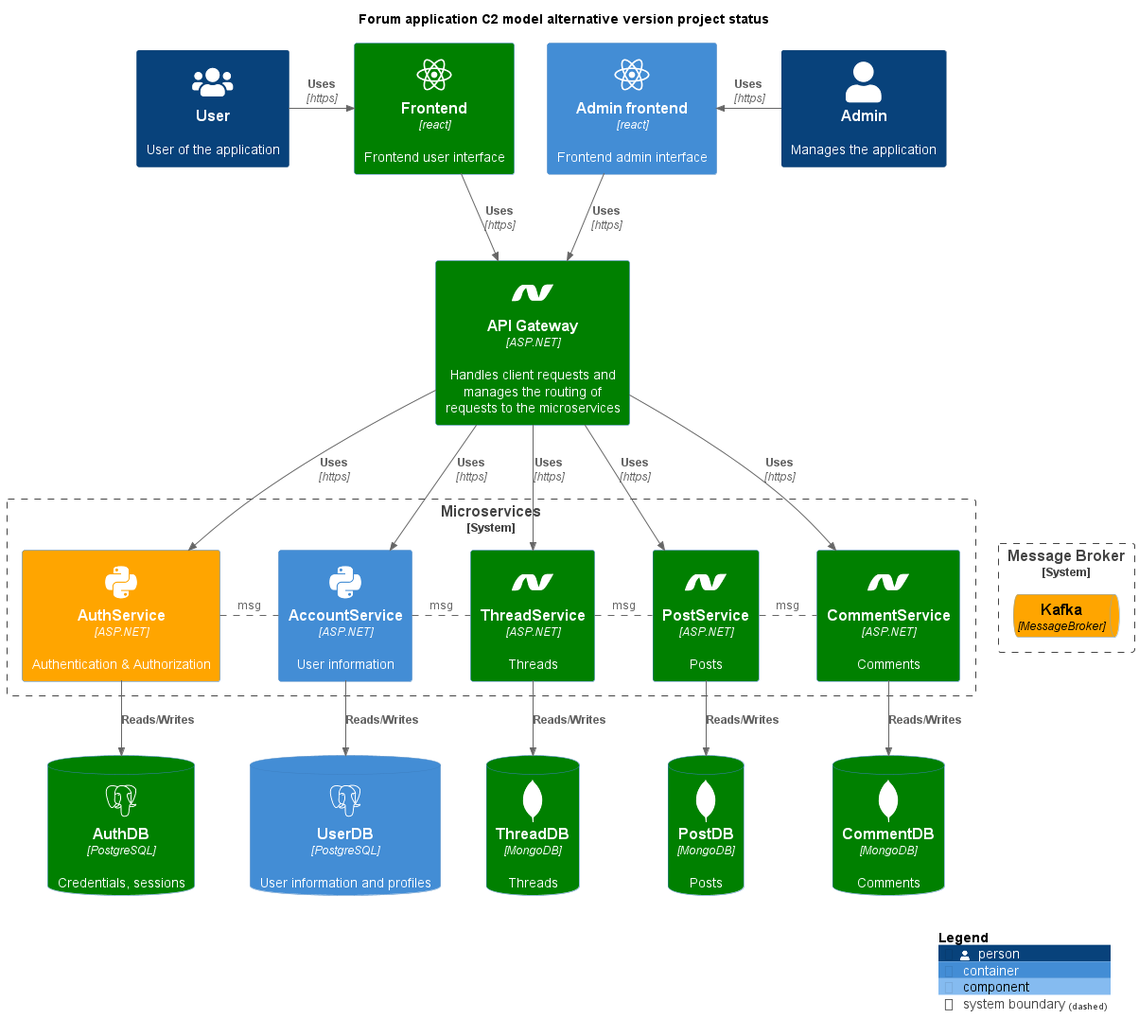
KevinvdHoogenhof/ForumApp-Main keeps this PlantUML diagram as Architecture/C4_Models/Architecture_C2_project_status.png. Above is the earlier version.
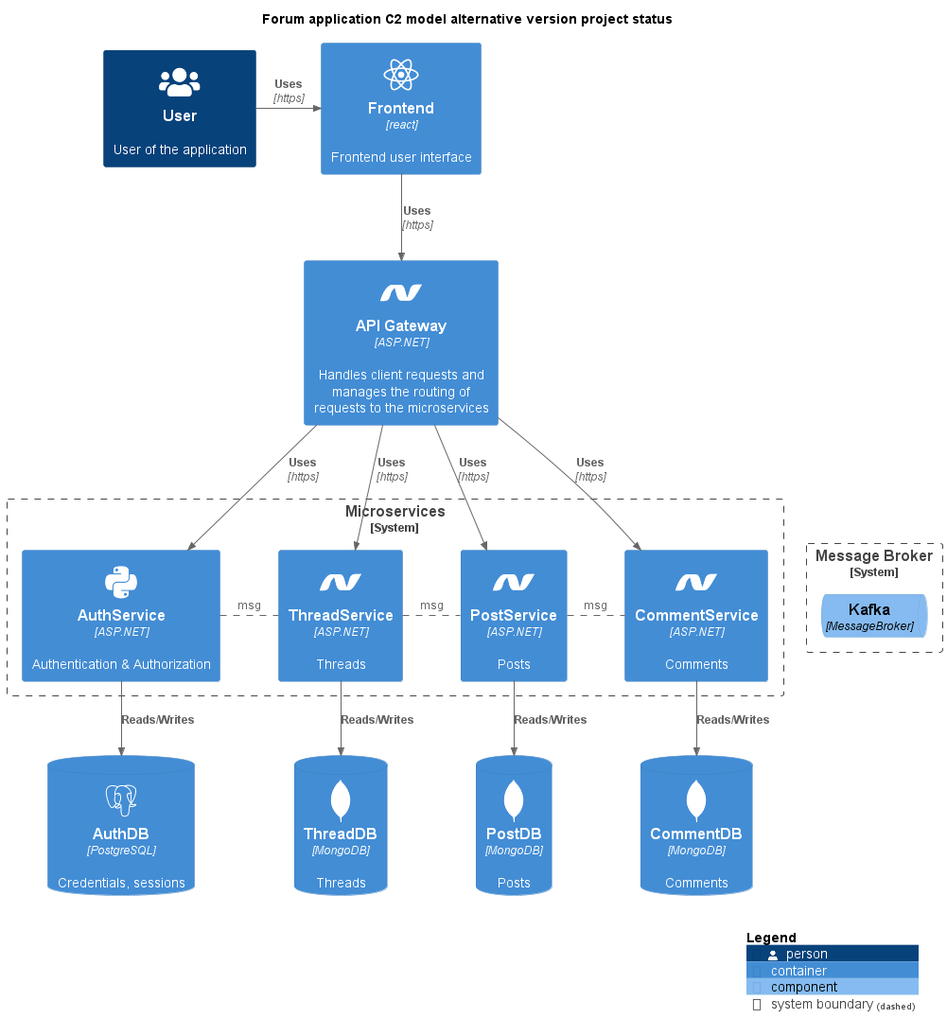
Above is the later version.

Commit message:
Project status diagram update

The edit, as a diff of the source:
```diff
@@ -13,56 +13,45 @@
 !include FONTAWESOME/users.puml
 
 Person(user, "User", "User of the application", $sprite="users")
-Person(admin, "Admin", "Manages the application")
 
-Container(frontend, "Frontend", "react", "Frontend user interface", $sprite="react")#Green
-Container(frontendadmin, "Admin frontend", "react", "Frontend admin interface", $sprite="react")
+Container(frontend, "Frontend", "react", "Frontend user interface", $sprite="react")
 
-Container(api, "API Gateway", "ASP.NET", "Handles client requests and manages the routing of requests to the microservices", $sprite="dotnet")#Green
+Container(api, "API Gateway", "ASP.NET", "Handles client requests and manages the routing of requests to the microservices", $sprite="dotnet")
 
 System_Boundary(ms, "Microservices", "Back-end services"){
-Container(authservice, "AuthService", "ASP.NET", "Authentication & Authorization", $sprite="python")#Orange
-Container(accservice, "AccountService", "ASP.NET", "User information", $sprite="python")
-Container(threadservice, "ThreadService", "ASP.NET", "Threads", $sprite="dotnet")#Green
-Container(postservice, "PostService", "ASP.NET", "Posts", $sprite="dotnet")#Green
-Container(commentservice, "CommentService", "ASP.NET", "Comments", $sprite="dotnet")#Green
+Container(authservice, "AuthService", "ASP.NET", "Authentication & Authorization", $sprite="python")
+Container(threadservice, "ThreadService", "ASP.NET", "Threads", $sprite="dotnet")
+Container(postservice, "PostService", "ASP.NET", "Posts", $sprite="dotnet")
+Container(commentservice, "CommentService", "ASP.NET", "Comments", $sprite="dotnet")
 }
 
-ContainerDb(authdb, "AuthDB", "PostgreSQL", "Credentials, sessions", $sprite="postgresql")#Green
-ContainerDb(userdb, "UserDB", "PostgreSQL", "User information and profiles", $sprite="postgresql")
-ContainerDb(threaddb, "ThreadDB", "MongoDB", "Threads", $sprite="mongodb")#Green
-ContainerDb(postdb, "PostDB", "MongoDB", "Posts", $sprite="mongodb")#Green
-ContainerDb(commentdb, "CommentDB", "MongoDB", "Comments", $sprite="mongodb")#Green
+ContainerDb(authdb, "AuthDB", "PostgreSQL", "Credentials, sessions", $sprite="postgresql")
+ContainerDb(threaddb, "ThreadDB", "MongoDB", "Threads", $sprite="mongodb")
+ContainerDb(postdb, "PostDB", "MongoDB", "Posts", $sprite="mongodb")
+ContainerDb(commentdb, "CommentDB", "MongoDB", "Comments", $sprite="mongodb")
 
 System_Boundary(mb, "Message Broker", " "){
-ComponentQueue(mq, "Kafka", "MessageBroker")#Orange
+ComponentQueue(mq, "Kafka", "MessageBroker")
 }
 
 Rel_R(user, frontend, "Uses", "https")
-Rel_R(admin, frontendadmin, "Uses", "https")
 
 Rel(frontend, api, "Uses", "https")
-Rel(frontendadmin, api, "Uses", "https")
 
 user -[hidden]> frontend
-frontend -[hidden]> frontendadmin
-frontendadmin -[hidden]> admin
 
 Rel(api, authservice, "Uses", "https")
-Rel(api, accservice, "Uses", "https")
 Rel(api, threadservice, "Uses", "https")
 Rel(api, postservice, "Uses", "https")
 Rel(api, commentservice, "Uses", "https")
 
-authservice . accservice : msg
-accservice . threadservice : msg
+authservice . threadservice : msg
 threadservice . postservice : msg
 postservice . commentservice : msg
 
 commentservice -[hidden]> mq
 
 Rel(authservice, authdb, "Reads/Writes")
-Rel(accservice, userdb, "Reads/Writes")
 Rel(threadservice, threaddb, "Reads/Writes")
 Rel(postservice, postdb, "Reads/Writes")
 Rel(commentservice, commentdb, "Reads/Writes")
```
